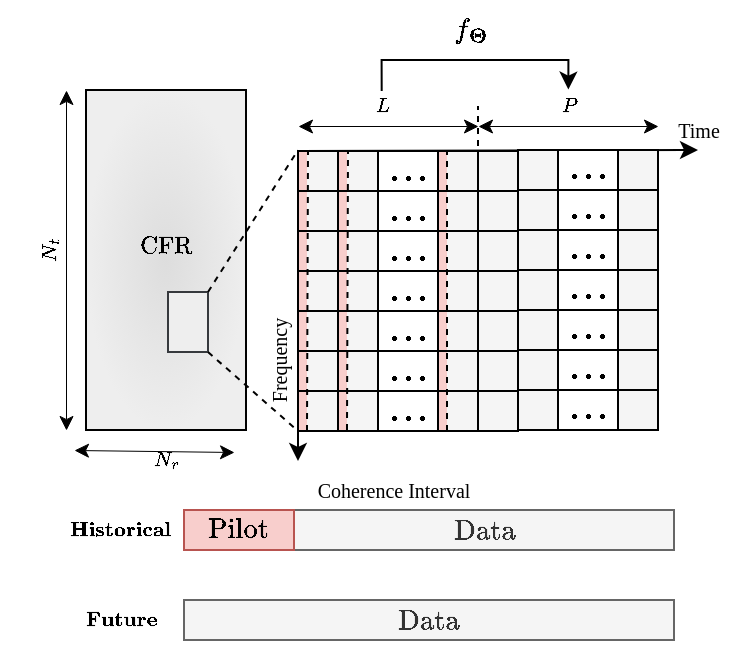
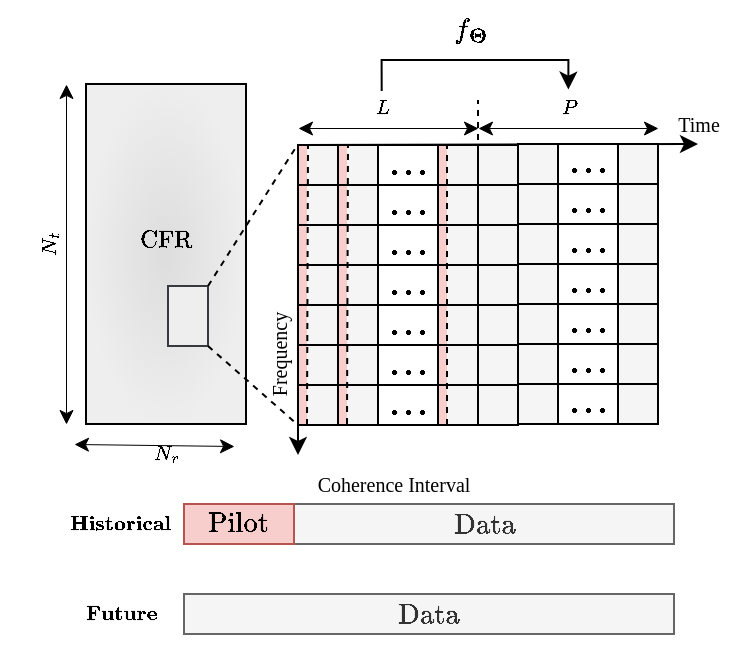
<mxfile host="app.diagrams.net" agent="Mozilla/5.0 (Macintosh; Intel Mac OS X 10_15_7) AppleWebKit/537.36 (KHTML, like Gecko) Chrome/141.0.0.0 Safari/537.36 Edg/141.0.0.0">
  <diagram name="第 1 页" id="D2adrHRu20BCA5vovUWD">
-     <mxGraphModel dx="484" dy="342" grid="1" gridSize="10" guides="1" tooltips="1" connect="1" arrows="1" fold="1" page="1" pageScale="1" pageWidth="850" pageHeight="1100" math="1" shadow="0">
+     <mxGraphModel dx="645" dy="456" grid="1" gridSize="10" guides="1" tooltips="1" connect="1" arrows="1" fold="1" page="1" pageScale="1" pageWidth="850" pageHeight="1100" math="1" shadow="0">
      <root>
        <mxCell id="0" />
        <mxCell id="1" parent="0" />
        <mxCell id="vL8rOUMA7y1sfk7vwX27-157" parent="1" style="text;html=1;align=center;verticalAlign=middle;resizable=0;points=[];autosize=1;strokeColor=none;fillColor=none;rotation=-90;" value="&lt;font face=&quot;Times New Roman&quot; style=&quot;font-size: 10px;&quot;&gt;Frequency&lt;/font&gt;" vertex="1">
          <mxGeometry height="30" width="70" x="141" y="200.5" as="geometry" />
        </mxCell>
        <mxCell id="vL8rOUMA7y1sfk7vwX27-163" parent="1" style="rounded=0;whiteSpace=wrap;html=1;fillColor=#DDDDDD;fillStyle=auto;gradientColor=#EEEEEE;gradientDirection=radial;" value="&lt;font face=&quot;Times New Roman&quot;&gt;\[\mathrm{CFR}\]&lt;/font&gt;&lt;div&gt;&lt;font face=&quot;Times New Roman&quot;&gt;&lt;span style=&quot;font-size: 10px;&quot;&gt;&lt;br&gt;&lt;/span&gt;&lt;/font&gt;&lt;/div&gt;" vertex="1">
          <mxGeometry height="170" width="80" x="80" y="80" as="geometry" />
        </mxCell>
        <mxCell id="vL8rOUMA7y1sfk7vwX27-164" parent="1" style="rounded=0;whiteSpace=wrap;html=1;rotation=0;fillColor=#eeeeee;strokeColor=#36393d;" value="" vertex="1">
          <mxGeometry height="30" width="20" x="121" y="181" as="geometry" />
        </mxCell>
        <mxCell id="vL8rOUMA7y1sfk7vwX27-165" edge="1" parent="1" source="vL8rOUMA7y1sfk7vwX27-164" style="endArrow=none;dashed=1;html=1;rounded=0;exitX=1;exitY=1;exitDx=0;exitDy=0;entryX=0;entryY=1;entryDx=0;entryDy=0;" target="vL8rOUMA7y1sfk7vwX27-77" value="">
          <mxGeometry height="50" relative="1" width="50" as="geometry">
            <mxPoint x="131" y="215" as="sourcePoint" />
            <mxPoint x="206" y="260" as="targetPoint" />
          </mxGeometry>
        </mxCell>
        <mxCell id="vL8rOUMA7y1sfk7vwX27-166" edge="1" parent="1" source="vL8rOUMA7y1sfk7vwX27-164" style="endArrow=none;dashed=1;html=1;rounded=0;exitX=1;exitY=0;exitDx=0;exitDy=0;" value="">
          <mxGeometry height="50" relative="1" width="50" as="geometry">
            <mxPoint x="131" y="185" as="sourcePoint" />
            <mxPoint x="186" y="110" as="targetPoint" />
          </mxGeometry>
        </mxCell>
        <mxCell id="vL8rOUMA7y1sfk7vwX27-167" edge="1" parent="1" style="endArrow=classic;startArrow=classic;html=1;rounded=0;strokeWidth=0.5;" value="">
          <mxGeometry height="50" relative="1" width="50" as="geometry">
            <mxPoint x="74" y="260" as="sourcePoint" />
            <mxPoint x="154" y="261" as="targetPoint" />
          </mxGeometry>
        </mxCell>
        <mxCell id="vL8rOUMA7y1sfk7vwX27-168" parent="1" style="text;html=1;align=center;verticalAlign=middle;resizable=0;points=[];autosize=1;strokeColor=none;fillColor=none;" value="&lt;font face=&quot;Times New Roman&quot; style=&quot;font-size: 10px;&quot;&gt;\[N_r\]&lt;/font&gt;" vertex="1">
          <mxGeometry height="30" width="50" x="95" y="250" as="geometry" />
        </mxCell>
        <mxCell id="vL8rOUMA7y1sfk7vwX27-169" parent="1" style="text;html=1;align=center;verticalAlign=middle;resizable=0;points=[];autosize=1;strokeColor=none;fillColor=none;rotation=-90;" value="&lt;font face=&quot;Times New Roman&quot; style=&quot;font-size: 10px;&quot;&gt;\[N_t\]&lt;/font&gt;" vertex="1">
          <mxGeometry height="30" width="50" x="37" y="145" as="geometry" />
        </mxCell>
        <mxCell id="vL8rOUMA7y1sfk7vwX27-170" edge="1" parent="1" style="endArrow=classic;startArrow=classic;html=1;rounded=0;strokeWidth=0.5;" value="">
          <mxGeometry height="50" relative="1" width="50" as="geometry">
            <mxPoint x="70" y="250" as="sourcePoint" />
            <mxPoint x="70" y="80" as="targetPoint" />
          </mxGeometry>
        </mxCell>
        <mxCell id="vL8rOUMA7y1sfk7vwX27-160" parent="1" style="text;html=1;align=center;verticalAlign=middle;resizable=0;points=[];autosize=1;strokeColor=none;fillColor=none;container=0;" value="&lt;font face=&quot;Times New Roman&quot; style=&quot;font-size: 10px;&quot;&gt;\[L\]&lt;/font&gt;" vertex="1">
-           <mxGeometry height="40" width="30" x="213" y="68" as="geometry" />
+           <mxGeometry height="40" width="30" x="213" y="72" as="geometry" />
        </mxCell>
        <mxCell id="vL8rOUMA7y1sfk7vwX27-162" parent="1" style="text;html=1;align=center;verticalAlign=middle;resizable=0;points=[];autosize=1;strokeColor=none;fillColor=none;container=0;" value="&lt;font face=&quot;Times New Roman&quot;&gt;&lt;span style=&quot;font-size: 10px;&quot;&gt;\[P\]&lt;/span&gt;&lt;/font&gt;" vertex="1">
-           <mxGeometry height="40" width="30" x="306" y="68" as="geometry" />
+           <mxGeometry height="40" width="30" x="306" y="72" as="geometry" />
        </mxCell>
        <mxCell id="vL8rOUMA7y1sfk7vwX27-196" parent="1" style="rounded=0;whiteSpace=wrap;html=1;fillColor=#f5f5f5;strokeColor=#666666;fontColor=#333333;" value="\[\mathrm{Data}\]" vertex="1">
          <mxGeometry height="20" width="190" x="184" y="290" as="geometry" />
        </mxCell>
        <mxCell id="vL8rOUMA7y1sfk7vwX27-197" parent="1" style="rounded=0;whiteSpace=wrap;html=1;fillColor=#f8cecc;strokeColor=#b85450;" value="\[\mathrm{Pilot}\]" vertex="1">
          <mxGeometry height="20" width="55" x="129" y="290" as="geometry" />
        </mxCell>
        <mxCell id="vL8rOUMA7y1sfk7vwX27-74" edge="1" parent="1" style="endArrow=classic;html=1;rounded=0;exitX=0;exitY=0;exitDx=0;exitDy=0;" value="">
          <mxGeometry height="50" relative="1" width="50" as="geometry">
            <mxPoint x="186" y="110.5" as="sourcePoint" />
            <mxPoint x="386" y="110" as="targetPoint" />
          </mxGeometry>
        </mxCell>
        <mxCell id="vL8rOUMA7y1sfk7vwX27-75" edge="1" parent="1" source="vL8rOUMA7y1sfk7vwX27-138" style="endArrow=classic;html=1;rounded=0;fillColor=#f5f5f5;strokeColor=#000000;exitX=0;exitY=0;exitDx=0;exitDy=0;" value="">
          <mxGeometry height="50" relative="1" width="50" as="geometry">
            <mxPoint x="186" y="90.5" as="sourcePoint" />
            <mxPoint x="186" y="265.5" as="targetPoint" />
          </mxGeometry>
        </mxCell>
        <mxCell id="vL8rOUMA7y1sfk7vwX27-158" edge="1" parent="1" style="endArrow=none;html=1;rounded=0;entryX=1;entryY=1;entryDx=0;entryDy=0;dashed=1;" value="">
          <mxGeometry height="50" relative="1" width="50" as="geometry">
            <mxPoint x="276" y="108" as="sourcePoint" />
            <mxPoint x="276" y="88" as="targetPoint" />
          </mxGeometry>
        </mxCell>
        <mxCell id="vL8rOUMA7y1sfk7vwX27-77" parent="1" style="rounded=0;whiteSpace=wrap;html=1;fillColor=#f5f5f5;strokeColor=#000000;container=0;fontColor=#333333;" value="" vertex="1">
          <mxGeometry height="20" width="20" x="186" y="230.5" as="geometry" />
        </mxCell>
        <mxCell id="vL8rOUMA7y1sfk7vwX27-78" parent="1" style="rounded=0;whiteSpace=wrap;html=1;fillColor=#f5f5f5;strokeColor=#000000;container=0;fontColor=#333333;" value="" vertex="1">
          <mxGeometry height="20" width="20" x="206" y="230.5" as="geometry" />
        </mxCell>
        <mxCell id="vL8rOUMA7y1sfk7vwX27-80" parent="1" style="rounded=0;whiteSpace=wrap;html=1;container=0;" value="&lt;b&gt;\[\mathbf{...}\]&lt;/b&gt;" vertex="1">
          <mxGeometry height="20" width="30" x="226" y="230.5" as="geometry" />
        </mxCell>
        <mxCell id="vL8rOUMA7y1sfk7vwX27-79" parent="1" style="rounded=0;whiteSpace=wrap;html=1;fillColor=#f5f5f5;strokeColor=#000000;container=0;fontColor=#333333;" value="" vertex="1">
          <mxGeometry height="20" width="20" x="256" y="230.5" as="geometry" />
        </mxCell>
        <mxCell id="vL8rOUMA7y1sfk7vwX27-90" parent="1" style="rounded=0;whiteSpace=wrap;html=1;fillColor=#f5f5f5;strokeColor=#000000;container=0;fontColor=#333333;" value="" vertex="1">
          <mxGeometry height="20" width="20" x="256" y="210.5" as="geometry" />
        </mxCell>
        <mxCell id="vL8rOUMA7y1sfk7vwX27-100" parent="1" style="rounded=0;whiteSpace=wrap;html=1;fillColor=#f5f5f5;strokeColor=#000000;container=0;fontColor=#333333;" value="" vertex="1">
          <mxGeometry height="20" width="20" x="256" y="170.5" as="geometry" />
        </mxCell>
        <mxCell id="vL8rOUMA7y1sfk7vwX27-110" parent="1" style="rounded=0;whiteSpace=wrap;html=1;fillColor=#f5f5f5;strokeColor=#000000;container=0;fontColor=#333333;" value="" vertex="1">
          <mxGeometry height="20" width="20" x="256" y="190.5" as="geometry" />
        </mxCell>
        <mxCell id="vL8rOUMA7y1sfk7vwX27-120" parent="1" style="rounded=0;whiteSpace=wrap;html=1;fillColor=#f5f5f5;strokeColor=#000000;container=0;fontColor=#333333;" value="" vertex="1">
          <mxGeometry height="20" width="20" x="256" y="150.5" as="geometry" />
        </mxCell>
        <mxCell id="vL8rOUMA7y1sfk7vwX27-130" parent="1" style="rounded=0;whiteSpace=wrap;html=1;fillColor=#f5f5f5;strokeColor=#000000;container=0;fontColor=#333333;" value="" vertex="1">
          <mxGeometry height="20" width="20" x="256" y="130.5" as="geometry" />
        </mxCell>
        <mxCell id="vL8rOUMA7y1sfk7vwX27-140" parent="1" style="rounded=0;whiteSpace=wrap;html=1;fillColor=#f5f5f5;strokeColor=#000000;container=0;fontColor=#333333;" value="" vertex="1">
          <mxGeometry height="20" width="20" x="256" y="110.5" as="geometry" />
        </mxCell>
        <mxCell id="vL8rOUMA7y1sfk7vwX27-161" edge="1" parent="1" style="endArrow=classic;startArrow=classic;html=1;rounded=0;strokeWidth=0.5;" value="">
          <mxGeometry height="50" relative="1" width="50" as="geometry">
-             <mxPoint x="276" y="98" as="sourcePoint" />
-             <mxPoint x="366" y="98" as="targetPoint" />
+             <mxPoint x="276" y="102" as="sourcePoint" />
+             <mxPoint x="366" y="102" as="targetPoint" />
          </mxGeometry>
        </mxCell>
        <mxCell id="vL8rOUMA7y1sfk7vwX27-159" edge="1" parent="1" style="endArrow=classic;startArrow=classic;html=1;rounded=0;strokeWidth=0.5;" value="">
          <mxGeometry height="50" relative="1" width="50" as="geometry">
-             <mxPoint x="186" y="98" as="sourcePoint" />
-             <mxPoint x="276" y="98" as="targetPoint" />
+             <mxPoint x="186" y="102" as="sourcePoint" />
+             <mxPoint x="276" y="102" as="targetPoint" />
          </mxGeometry>
        </mxCell>
        <mxCell id="vL8rOUMA7y1sfk7vwX27-146" parent="1" style="rounded=0;whiteSpace=wrap;html=1;fillColor=#f5f5f5;strokeColor=#000000;container=0;fontColor=#333333;" value="" vertex="1">
          <mxGeometry height="20" width="20" x="296" y="110" as="geometry" />
        </mxCell>
        <mxCell id="vL8rOUMA7y1sfk7vwX27-172" parent="1" style="rounded=0;whiteSpace=wrap;html=1;container=0;" value="&lt;b&gt;\[\mathbf{...}\]&lt;/b&gt;" vertex="1">
          <mxGeometry height="20" width="30" x="316" y="230" as="geometry" />
        </mxCell>
        <mxCell id="vL8rOUMA7y1sfk7vwX27-173" parent="1" style="rounded=0;whiteSpace=wrap;html=1;container=0;" value="&lt;b&gt;\[\mathbf{...}\]&lt;/b&gt;" vertex="1">
          <mxGeometry height="20" width="30" x="316" y="210" as="geometry" />
        </mxCell>
        <mxCell id="vL8rOUMA7y1sfk7vwX27-174" parent="1" style="rounded=0;whiteSpace=wrap;html=1;container=0;" value="&lt;b&gt;\[\mathbf{...}\]&lt;/b&gt;" vertex="1">
          <mxGeometry height="20" width="30" x="316" y="170" as="geometry" />
        </mxCell>
        <mxCell id="vL8rOUMA7y1sfk7vwX27-175" parent="1" style="rounded=0;whiteSpace=wrap;html=1;container=0;" value="&lt;b&gt;\[\mathbf{...}\]&lt;/b&gt;" vertex="1">
          <mxGeometry height="20" width="30" x="316" y="190" as="geometry" />
        </mxCell>
        <mxCell id="vL8rOUMA7y1sfk7vwX27-176" parent="1" style="rounded=0;whiteSpace=wrap;html=1;container=0;" value="&lt;b&gt;\[\mathbf{...}\]&lt;/b&gt;" vertex="1">
          <mxGeometry height="20" width="30" x="316" y="150" as="geometry" />
        </mxCell>
        <mxCell id="vL8rOUMA7y1sfk7vwX27-177" parent="1" style="rounded=0;whiteSpace=wrap;html=1;container=0;" value="&lt;b&gt;\[\mathbf{...}\]&lt;/b&gt;" vertex="1">
          <mxGeometry height="20" width="30" x="316" y="130" as="geometry" />
        </mxCell>
        <mxCell id="vL8rOUMA7y1sfk7vwX27-178" parent="1" style="rounded=0;whiteSpace=wrap;html=1;container=0;" value="&lt;b&gt;\[\mathbf{...}\]&lt;/b&gt;" vertex="1">
          <mxGeometry height="20" width="30" x="316" y="110" as="geometry" />
        </mxCell>
        <mxCell id="vL8rOUMA7y1sfk7vwX27-82" parent="1" style="rounded=0;whiteSpace=wrap;html=1;fillColor=#f5f5f5;strokeColor=#000000;container=0;fontColor=#333333;" value="" vertex="1">
          <mxGeometry height="20" width="20" x="346" y="230" as="geometry" />
        </mxCell>
        <mxCell id="vL8rOUMA7y1sfk7vwX27-93" parent="1" style="rounded=0;whiteSpace=wrap;html=1;fillColor=#f5f5f5;strokeColor=#000000;container=0;fontColor=#333333;" value="" vertex="1">
          <mxGeometry height="20" width="20" x="346" y="210" as="geometry" />
        </mxCell>
        <mxCell id="vL8rOUMA7y1sfk7vwX27-103" parent="1" style="rounded=0;whiteSpace=wrap;html=1;fillColor=#f5f5f5;strokeColor=#000000;container=0;fontColor=#333333;" value="" vertex="1">
          <mxGeometry height="20" width="20" x="346" y="170" as="geometry" />
        </mxCell>
        <mxCell id="vL8rOUMA7y1sfk7vwX27-113" parent="1" style="rounded=0;whiteSpace=wrap;html=1;fillColor=#f5f5f5;strokeColor=#000000;container=0;fontColor=#333333;" value="" vertex="1">
          <mxGeometry height="20" width="20" x="346" y="190" as="geometry" />
        </mxCell>
        <mxCell id="vL8rOUMA7y1sfk7vwX27-123" parent="1" style="rounded=0;whiteSpace=wrap;html=1;fillColor=#f5f5f5;strokeColor=#000000;container=0;fontColor=#333333;" value="" vertex="1">
          <mxGeometry height="20" width="20" x="346" y="150" as="geometry" />
        </mxCell>
        <mxCell id="vL8rOUMA7y1sfk7vwX27-133" parent="1" style="rounded=0;whiteSpace=wrap;html=1;fillColor=#f5f5f5;strokeColor=#000000;container=0;fontColor=#333333;" value="" vertex="1">
          <mxGeometry height="20" width="20" x="346" y="130" as="geometry" />
        </mxCell>
        <mxCell id="vL8rOUMA7y1sfk7vwX27-143" parent="1" style="rounded=0;whiteSpace=wrap;html=1;fillColor=#f5f5f5;strokeColor=#000000;container=0;fontColor=#333333;" value="" vertex="1">
          <mxGeometry height="20" width="20" x="346" y="110" as="geometry" />
        </mxCell>
        <mxCell id="vL8rOUMA7y1sfk7vwX27-85" parent="1" style="rounded=0;whiteSpace=wrap;html=1;fillColor=#f5f5f5;strokeColor=#000000;container=0;fontColor=#333333;" value="" vertex="1">
          <mxGeometry height="20" width="20" x="296" y="230" as="geometry" />
        </mxCell>
        <mxCell id="vL8rOUMA7y1sfk7vwX27-96" parent="1" style="rounded=0;whiteSpace=wrap;html=1;fillColor=#f5f5f5;strokeColor=#000000;container=0;fontColor=#333333;" value="" vertex="1">
          <mxGeometry height="20" width="20" x="296" y="210" as="geometry" />
        </mxCell>
        <mxCell id="vL8rOUMA7y1sfk7vwX27-106" parent="1" style="rounded=0;whiteSpace=wrap;html=1;fillColor=#f5f5f5;strokeColor=#000000;container=0;fontColor=#333333;" value="" vertex="1">
          <mxGeometry height="20" width="20" x="296" y="170" as="geometry" />
        </mxCell>
        <mxCell id="vL8rOUMA7y1sfk7vwX27-116" parent="1" style="rounded=0;whiteSpace=wrap;html=1;fillColor=#f5f5f5;strokeColor=#000000;container=0;fontColor=#333333;" value="" vertex="1">
          <mxGeometry height="20" width="20" x="296" y="190" as="geometry" />
        </mxCell>
        <mxCell id="vL8rOUMA7y1sfk7vwX27-126" parent="1" style="rounded=0;whiteSpace=wrap;html=1;fillColor=#f5f5f5;strokeColor=#000000;container=0;fontColor=#333333;" value="" vertex="1">
          <mxGeometry height="20" width="20" x="296" y="150" as="geometry" />
        </mxCell>
        <mxCell id="vL8rOUMA7y1sfk7vwX27-136" parent="1" style="rounded=0;whiteSpace=wrap;html=1;fillColor=#f5f5f5;strokeColor=#000000;container=0;fontColor=#333333;" value="" vertex="1">
          <mxGeometry height="20" width="20" x="296" y="130" as="geometry" />
        </mxCell>
        <mxCell id="vL8rOUMA7y1sfk7vwX27-86" parent="1" style="text;html=1;align=center;verticalAlign=middle;resizable=0;points=[];autosize=1;strokeColor=none;fillColor=none;container=0;" value="&lt;font face=&quot;Times New Roman&quot; style=&quot;font-size: 10px;&quot;&gt;Time&lt;/font&gt;" vertex="1">
          <mxGeometry height="30" width="40" x="366" y="85" as="geometry" />
        </mxCell>
        <mxCell id="vL8rOUMA7y1sfk7vwX27-118" parent="1" style="rounded=0;whiteSpace=wrap;html=1;fillColor=#f5f5f5;strokeColor=#000000;container=0;fontColor=#333333;" value="" vertex="1">
          <mxGeometry height="20" width="20" x="186" y="150.5" as="geometry" />
        </mxCell>
        <mxCell id="vL8rOUMA7y1sfk7vwX27-119" parent="1" style="rounded=0;whiteSpace=wrap;html=1;fillColor=#f5f5f5;strokeColor=#000000;container=0;fontColor=#333333;" value="" vertex="1">
          <mxGeometry height="20" width="20" x="206" y="150.5" as="geometry" />
        </mxCell>
        <mxCell id="vL8rOUMA7y1sfk7vwX27-121" parent="1" style="rounded=0;whiteSpace=wrap;html=1;container=0;" value="&lt;b&gt;\[\mathbf{...}\]&lt;/b&gt;" vertex="1">
          <mxGeometry height="20" width="30" x="226" y="150.5" as="geometry" />
        </mxCell>
        <mxCell id="vL8rOUMA7y1sfk7vwX27-88" parent="1" style="rounded=0;whiteSpace=wrap;html=1;fillColor=#f5f5f5;strokeColor=#000000;container=0;fontColor=#333333;" value="" vertex="1">
          <mxGeometry height="20" width="20" x="186" y="210.5" as="geometry" />
        </mxCell>
        <mxCell id="vL8rOUMA7y1sfk7vwX27-89" parent="1" style="rounded=0;whiteSpace=wrap;html=1;fillColor=#f5f5f5;strokeColor=#000000;container=0;fontColor=#333333;" value="" vertex="1">
          <mxGeometry height="20" width="20" x="206" y="210.5" as="geometry" />
        </mxCell>
        <mxCell id="vL8rOUMA7y1sfk7vwX27-91" parent="1" style="rounded=0;whiteSpace=wrap;html=1;container=0;" value="&lt;b&gt;\[\mathbf{...}\]&lt;/b&gt;" vertex="1">
          <mxGeometry height="20" width="30" x="226" y="210.5" as="geometry" />
        </mxCell>
        <mxCell id="vL8rOUMA7y1sfk7vwX27-98" parent="1" style="rounded=0;whiteSpace=wrap;html=1;fillColor=#f5f5f5;strokeColor=#000000;container=0;fontColor=#333333;" value="" vertex="1">
          <mxGeometry height="20" width="20" x="186" y="170.5" as="geometry" />
        </mxCell>
        <mxCell id="vL8rOUMA7y1sfk7vwX27-99" parent="1" style="rounded=0;whiteSpace=wrap;html=1;fillColor=#f5f5f5;strokeColor=#000000;container=0;fontColor=#333333;" value="" vertex="1">
          <mxGeometry height="20" width="20" x="206" y="170.5" as="geometry" />
        </mxCell>
        <mxCell id="vL8rOUMA7y1sfk7vwX27-101" parent="1" style="rounded=0;whiteSpace=wrap;html=1;container=0;" value="&lt;b&gt;\[\mathbf{...}\]&lt;/b&gt;" vertex="1">
          <mxGeometry height="20" width="30" x="226" y="170.5" as="geometry" />
        </mxCell>
        <mxCell id="vL8rOUMA7y1sfk7vwX27-285" parent="1" style="rounded=0;whiteSpace=wrap;html=1;fillColor=#f8cecc;strokeColor=none;dashed=1;container=0;glass=0;shadow=0;" value="" vertex="1">
          <mxGeometry height="19" width="4" x="256.5" y="151" as="geometry" />
        </mxCell>
        <mxCell id="vL8rOUMA7y1sfk7vwX27-108" parent="1" style="rounded=0;whiteSpace=wrap;html=1;fillColor=#f5f5f5;strokeColor=#000000;container=0;fontColor=#333333;" value="" vertex="1">
          <mxGeometry height="20" width="20" x="186" y="190.5" as="geometry" />
        </mxCell>
        <mxCell id="vL8rOUMA7y1sfk7vwX27-109" parent="1" style="rounded=0;whiteSpace=wrap;html=1;fillColor=#f5f5f5;strokeColor=#000000;container=0;fontColor=#333333;" value="" vertex="1">
          <mxGeometry height="20" width="20" x="206" y="190.5" as="geometry" />
        </mxCell>
        <mxCell id="vL8rOUMA7y1sfk7vwX27-111" parent="1" style="rounded=0;whiteSpace=wrap;html=1;container=0;" value="&lt;b&gt;\[\mathbf{...}\]&lt;/b&gt;" vertex="1">
          <mxGeometry height="20" width="30" x="226" y="190.5" as="geometry" />
        </mxCell>
        <mxCell id="vL8rOUMA7y1sfk7vwX27-128" parent="1" style="rounded=0;whiteSpace=wrap;html=1;fillColor=#f5f5f5;strokeColor=#000000;container=0;fontColor=#333333;" value="" vertex="1">
          <mxGeometry height="20" width="20" x="186" y="130.5" as="geometry" />
        </mxCell>
        <mxCell id="vL8rOUMA7y1sfk7vwX27-129" parent="1" style="rounded=0;whiteSpace=wrap;html=1;fillColor=#f5f5f5;strokeColor=#000000;container=0;fontColor=#333333;" value="" vertex="1">
          <mxGeometry height="20" width="20" x="206" y="130.5" as="geometry" />
        </mxCell>
        <mxCell id="vL8rOUMA7y1sfk7vwX27-131" parent="1" style="rounded=0;whiteSpace=wrap;html=1;container=0;" value="&lt;b&gt;\[\mathbf{...}\]&lt;/b&gt;" vertex="1">
          <mxGeometry height="20" width="30" x="226" y="130.5" as="geometry" />
        </mxCell>
        <mxCell id="vL8rOUMA7y1sfk7vwX27-138" parent="1" style="rounded=0;whiteSpace=wrap;html=1;fillColor=#f5f5f5;strokeColor=#000000;container=0;fontColor=#333333;" value="" vertex="1">
          <mxGeometry height="20" width="20" x="186" y="110.5" as="geometry" />
        </mxCell>
        <mxCell id="vL8rOUMA7y1sfk7vwX27-139" parent="1" style="rounded=0;whiteSpace=wrap;html=1;fillColor=#f5f5f5;strokeColor=#000000;container=0;fontColor=#333333;" value="" vertex="1">
          <mxGeometry height="20" width="20" x="206" y="110.5" as="geometry" />
        </mxCell>
        <mxCell id="vL8rOUMA7y1sfk7vwX27-141" parent="1" style="rounded=0;whiteSpace=wrap;html=1;container=0;" value="&lt;b&gt;\[\mathbf{...}\]&lt;/b&gt;" vertex="1">
          <mxGeometry height="20" width="30" x="226" y="110.5" as="geometry" />
        </mxCell>
        <mxCell id="vL8rOUMA7y1sfk7vwX27-288" parent="1" style="rounded=0;whiteSpace=wrap;html=1;fillColor=#f8cecc;strokeColor=none;dashed=1;container=0;glass=0;shadow=0;" value="" vertex="1">
          <mxGeometry height="19" width="4" x="256.5" y="131" as="geometry" />
        </mxCell>
        <mxCell id="vL8rOUMA7y1sfk7vwX27-289" parent="1" style="rounded=0;whiteSpace=wrap;html=1;fillColor=#f8cecc;strokeColor=none;dashed=1;container=0;glass=0;shadow=0;" value="" vertex="1">
          <mxGeometry height="19" width="4" x="256.5" y="111" as="geometry" />
        </mxCell>
        <mxCell id="vL8rOUMA7y1sfk7vwX27-291" parent="1" style="rounded=0;whiteSpace=wrap;html=1;fillColor=#f8cecc;strokeColor=none;dashed=1;container=0;glass=0;shadow=0;" value="" vertex="1">
          <mxGeometry height="19" width="4" x="256.5" y="171" as="geometry" />
        </mxCell>
        <mxCell id="vL8rOUMA7y1sfk7vwX27-292" parent="1" style="rounded=0;whiteSpace=wrap;html=1;fillColor=#f8cecc;strokeColor=none;dashed=1;container=0;glass=0;shadow=0;" value="" vertex="1">
          <mxGeometry height="19" width="4" x="256.5" y="191" as="geometry" />
        </mxCell>
        <mxCell id="vL8rOUMA7y1sfk7vwX27-293" parent="1" style="rounded=0;whiteSpace=wrap;html=1;fillColor=#f8cecc;strokeColor=none;dashed=1;container=0;glass=0;shadow=0;" value="" vertex="1">
          <mxGeometry height="19" width="4" x="256.5" y="211" as="geometry" />
        </mxCell>
        <mxCell id="vL8rOUMA7y1sfk7vwX27-294" parent="1" style="rounded=0;whiteSpace=wrap;html=1;fillColor=#f8cecc;strokeColor=none;dashed=1;container=0;glass=0;shadow=0;" value="" vertex="1">
          <mxGeometry height="19" width="4" x="256.5" y="231" as="geometry" />
        </mxCell>
        <mxCell id="vL8rOUMA7y1sfk7vwX27-303" parent="1" style="rounded=0;whiteSpace=wrap;html=1;fillColor=#f8cecc;strokeColor=none;dashed=1;container=0;glass=0;shadow=0;gradientColor=none;" value="" vertex="1">
          <mxGeometry height="19" width="4" x="206.5" y="151" as="geometry" />
        </mxCell>
        <mxCell id="vL8rOUMA7y1sfk7vwX27-304" parent="1" style="rounded=0;whiteSpace=wrap;html=1;fillColor=#f8cecc;strokeColor=none;dashed=1;container=0;glass=0;shadow=0;gradientColor=none;" value="" vertex="1">
          <mxGeometry height="19" width="4" x="206.5" y="131" as="geometry" />
        </mxCell>
        <mxCell id="vL8rOUMA7y1sfk7vwX27-305" parent="1" style="rounded=0;whiteSpace=wrap;html=1;fillColor=#f8cecc;strokeColor=none;dashed=1;container=0;glass=0;shadow=0;gradientColor=none;" value="" vertex="1">
          <mxGeometry height="19" width="4" x="206.5" y="111" as="geometry" />
        </mxCell>
        <mxCell id="vL8rOUMA7y1sfk7vwX27-307" parent="1" style="rounded=0;whiteSpace=wrap;html=1;fillColor=#f8cecc;strokeColor=none;dashed=1;container=0;glass=0;shadow=0;gradientColor=none;" value="" vertex="1">
          <mxGeometry height="19" width="4" x="206.5" y="171" as="geometry" />
        </mxCell>
        <mxCell id="vL8rOUMA7y1sfk7vwX27-308" parent="1" style="rounded=0;whiteSpace=wrap;html=1;fillColor=#f8cecc;strokeColor=none;dashed=1;container=0;glass=0;shadow=0;gradientColor=none;" value="" vertex="1">
          <mxGeometry height="19" width="4" x="206.5" y="191" as="geometry" />
        </mxCell>
        <mxCell id="vL8rOUMA7y1sfk7vwX27-309" parent="1" style="rounded=0;whiteSpace=wrap;html=1;fillColor=#f8cecc;strokeColor=none;dashed=1;container=0;glass=0;shadow=0;gradientColor=none;" value="" vertex="1">
          <mxGeometry height="19" width="4" x="206.5" y="211" as="geometry" />
        </mxCell>
        <mxCell id="vL8rOUMA7y1sfk7vwX27-310" parent="1" style="rounded=0;whiteSpace=wrap;html=1;fillColor=#f8cecc;strokeColor=none;dashed=1;container=0;glass=0;shadow=0;gradientColor=none;" value="" vertex="1">
          <mxGeometry height="19" width="4" x="206.5" y="231" as="geometry" />
        </mxCell>
        <mxCell id="vL8rOUMA7y1sfk7vwX27-311" parent="1" style="rounded=0;whiteSpace=wrap;html=1;fillColor=#f8cecc;strokeColor=none;dashed=1;container=0;glass=0;shadow=0;gradientColor=none;" value="" vertex="1">
          <mxGeometry height="19" width="4" x="186.5" y="151" as="geometry" />
        </mxCell>
        <mxCell id="vL8rOUMA7y1sfk7vwX27-312" parent="1" style="rounded=0;whiteSpace=wrap;html=1;fillColor=#f8cecc;strokeColor=none;dashed=1;container=0;glass=0;shadow=0;gradientColor=none;" value="" vertex="1">
          <mxGeometry height="19" width="4" x="186.5" y="131" as="geometry" />
        </mxCell>
        <mxCell id="vL8rOUMA7y1sfk7vwX27-313" parent="1" style="rounded=0;whiteSpace=wrap;html=1;fillColor=#f8cecc;strokeColor=none;dashed=1;container=0;glass=0;shadow=0;gradientColor=none;" value="" vertex="1">
          <mxGeometry height="19" width="4" x="186.5" y="111" as="geometry" />
        </mxCell>
        <mxCell id="vL8rOUMA7y1sfk7vwX27-315" parent="1" style="rounded=0;whiteSpace=wrap;html=1;fillColor=#f8cecc;strokeColor=none;dashed=1;container=0;glass=0;shadow=0;gradientColor=none;" value="" vertex="1">
          <mxGeometry height="19" width="4" x="186.5" y="171" as="geometry" />
        </mxCell>
        <mxCell id="vL8rOUMA7y1sfk7vwX27-316" parent="1" style="rounded=0;whiteSpace=wrap;html=1;fillColor=#f8cecc;strokeColor=none;dashed=1;container=0;glass=0;shadow=0;gradientColor=none;" value="" vertex="1">
          <mxGeometry height="19" width="4" x="186.5" y="191" as="geometry" />
        </mxCell>
        <mxCell id="vL8rOUMA7y1sfk7vwX27-317" parent="1" style="rounded=0;whiteSpace=wrap;html=1;fillColor=#f8cecc;strokeColor=none;dashed=1;container=0;glass=0;shadow=0;gradientColor=none;" value="" vertex="1">
          <mxGeometry height="19" width="4" x="186.5" y="211" as="geometry" />
        </mxCell>
        <mxCell id="vL8rOUMA7y1sfk7vwX27-318" parent="1" style="rounded=0;whiteSpace=wrap;html=1;fillColor=#f8cecc;strokeColor=none;dashed=1;container=0;glass=0;shadow=0;gradientColor=none;" value="" vertex="1">
          <mxGeometry height="19" width="4" x="186.5" y="231" as="geometry" />
        </mxCell>
        <mxCell id="vL8rOUMA7y1sfk7vwX27-319" edge="1" parent="1" style="endArrow=none;html=1;rounded=0;entryX=0.25;entryY=0;entryDx=0;entryDy=0;exitX=0.25;exitY=1;exitDx=0;exitDy=0;dashed=1;" target="vL8rOUMA7y1sfk7vwX27-138" value="">
          <mxGeometry height="50" relative="1" width="50" as="geometry">
            <mxPoint x="190.5" y="250.44000000000005" as="sourcePoint" />
            <mxPoint x="190.5" y="90.5" as="targetPoint" />
          </mxGeometry>
        </mxCell>
        <mxCell id="vL8rOUMA7y1sfk7vwX27-320" edge="1" parent="1" style="endArrow=none;html=1;rounded=0;entryX=0.25;entryY=0;entryDx=0;entryDy=0;exitX=0.25;exitY=1;exitDx=0;exitDy=0;dashed=1;" target="vL8rOUMA7y1sfk7vwX27-139" value="">
          <mxGeometry height="50" relative="1" width="50" as="geometry">
            <mxPoint x="210.5" y="250" as="sourcePoint" />
            <mxPoint x="210.5" y="90" as="targetPoint" />
          </mxGeometry>
        </mxCell>
        <mxCell id="vL8rOUMA7y1sfk7vwX27-321" edge="1" parent="1" style="endArrow=none;html=1;rounded=0;entryX=1;entryY=0;entryDx=0;entryDy=0;exitX=0.25;exitY=1;exitDx=0;exitDy=0;dashed=1;fillColor=#f8cecc;strokeColor=default;" target="vL8rOUMA7y1sfk7vwX27-289" value="">
          <mxGeometry height="50" relative="1" width="50" as="geometry">
            <mxPoint x="260.5" y="250.5" as="sourcePoint" />
            <mxPoint x="260.5" y="90.5" as="targetPoint" />
          </mxGeometry>
        </mxCell>
        <mxCell id="vL8rOUMA7y1sfk7vwX27-322" parent="1" style="text;html=1;whiteSpace=wrap;strokeColor=none;fillColor=none;align=center;verticalAlign=middle;rounded=0;" value="&lt;font face=&quot;Times New Roman&quot; style=&quot;font-size: 10px;&quot;&gt;Coherence Interval&lt;/font&gt;" vertex="1">
          <mxGeometry height="20" width="90" x="189" y="270" as="geometry" />
        </mxCell>
        <mxCell id="Gn2U-Ttxje1ux7aKBa8M-2" parent="1" style="rounded=0;whiteSpace=wrap;html=1;fillColor=#f5f5f5;strokeColor=#000000;container=0;fontColor=#333333;" value="" vertex="1">
          <mxGeometry height="20" width="20" x="276" y="110.5" as="geometry" />
        </mxCell>
        <mxCell id="Gn2U-Ttxje1ux7aKBa8M-4" parent="1" style="rounded=0;whiteSpace=wrap;html=1;fillColor=#f5f5f5;strokeColor=#000000;container=0;fontColor=#333333;" value="" vertex="1">
          <mxGeometry height="20" width="20" x="276" y="230.5" as="geometry" />
        </mxCell>
        <mxCell id="Gn2U-Ttxje1ux7aKBa8M-5" parent="1" style="rounded=0;whiteSpace=wrap;html=1;fillColor=#f5f5f5;strokeColor=#000000;container=0;fontColor=#333333;" value="" vertex="1">
          <mxGeometry height="20" width="20" x="276" y="210.5" as="geometry" />
        </mxCell>
        <mxCell id="Gn2U-Ttxje1ux7aKBa8M-6" parent="1" style="rounded=0;whiteSpace=wrap;html=1;fillColor=#f5f5f5;strokeColor=#000000;container=0;fontColor=#333333;" value="" vertex="1">
          <mxGeometry height="20" width="20" x="276" y="170.5" as="geometry" />
        </mxCell>
        <mxCell id="Gn2U-Ttxje1ux7aKBa8M-7" parent="1" style="rounded=0;whiteSpace=wrap;html=1;fillColor=#f5f5f5;strokeColor=#000000;container=0;fontColor=#333333;" value="" vertex="1">
          <mxGeometry height="20" width="20" x="276" y="190.5" as="geometry" />
        </mxCell>
        <mxCell id="Gn2U-Ttxje1ux7aKBa8M-8" parent="1" style="rounded=0;whiteSpace=wrap;html=1;fillColor=#f5f5f5;strokeColor=#000000;container=0;fontColor=#333333;" value="" vertex="1">
          <mxGeometry height="20" width="20" x="276" y="150.5" as="geometry" />
        </mxCell>
        <mxCell id="Gn2U-Ttxje1ux7aKBa8M-9" parent="1" style="rounded=0;whiteSpace=wrap;html=1;fillColor=#f5f5f5;strokeColor=#000000;container=0;fontColor=#333333;" value="" vertex="1">
          <mxGeometry height="20" width="20" x="276" y="130.5" as="geometry" />
        </mxCell>
        <mxCell id="Gn2U-Ttxje1ux7aKBa8M-15" parent="1" style="text;html=1;align=center;verticalAlign=middle;resizable=0;points=[];autosize=1;strokeColor=none;fillColor=none;container=0;" value="&lt;font face=&quot;Times New Roman&quot; style=&quot;font-size: 10px;&quot;&gt;\[\mathbf{Historical}\]&lt;/font&gt;" vertex="1">
          <mxGeometry height="30" width="120" x="37" y="285" as="geometry" />
        </mxCell>
        <mxCell id="Gn2U-Ttxje1ux7aKBa8M-16" parent="1" style="text;html=1;align=center;verticalAlign=middle;resizable=0;points=[];autosize=1;strokeColor=none;fillColor=none;container=0;" value="&lt;font face=&quot;Times New Roman&quot;&gt;&lt;span style=&quot;font-size: 10px;&quot;&gt;\[\mathbf{Future}\]&lt;/span&gt;&lt;/font&gt;" vertex="1">
          <mxGeometry height="30" width="100" x="47" y="330" as="geometry" />
        </mxCell>
        <mxCell id="Gn2U-Ttxje1ux7aKBa8M-19" edge="1" parent="1" style="edgeStyle=orthogonalEdgeStyle;rounded=0;orthogonalLoop=1;jettySize=auto;html=1;entryX=0.506;entryY=-0.005;entryDx=0;entryDy=0;entryPerimeter=0;exitX=0.495;exitY=0.014;exitDx=0;exitDy=0;exitPerimeter=0;">
          <mxGeometry relative="1" as="geometry">
            <Array as="points">
-               <mxPoint x="228" y="65" />
-               <mxPoint x="321" y="65" />
+               <mxPoint x="228" y="68" />
+               <mxPoint x="321" y="68" />
            </Array>
-             <mxPoint x="227.84999999999997" y="80.56" as="sourcePoint" />
-             <mxPoint x="321.17999999999995" y="79.80000000000001" as="targetPoint" />
+             <mxPoint x="227.84999999999997" y="83.56" as="sourcePoint" />
+             <mxPoint x="321.17999999999995" y="82.80000000000001" as="targetPoint" />
          </mxGeometry>
        </mxCell>
        <mxCell id="Gn2U-Ttxje1ux7aKBa8M-20" parent="1" style="text;html=1;whiteSpace=wrap;strokeColor=none;fillColor=none;align=center;verticalAlign=middle;rounded=0;" value="\[f_\boldsymbol{\Theta}\]" vertex="1">
-           <mxGeometry height="30" width="60" x="243" y="35" as="geometry" />
+           <mxGeometry height="30" width="60" x="243" y="38" as="geometry" />
        </mxCell>
        <mxCell id="Gn2U-Ttxje1ux7aKBa8M-21" parent="1" style="rounded=0;whiteSpace=wrap;html=1;fillColor=#f5f5f5;strokeColor=#666666;fontColor=#333333;" value="\[\mathrm{Data}\]" vertex="1">
          <mxGeometry height="20" width="245" x="129" y="335" as="geometry" />
        </mxCell>
      </root>
    </mxGraphModel>
  </diagram>
</mxfile>
